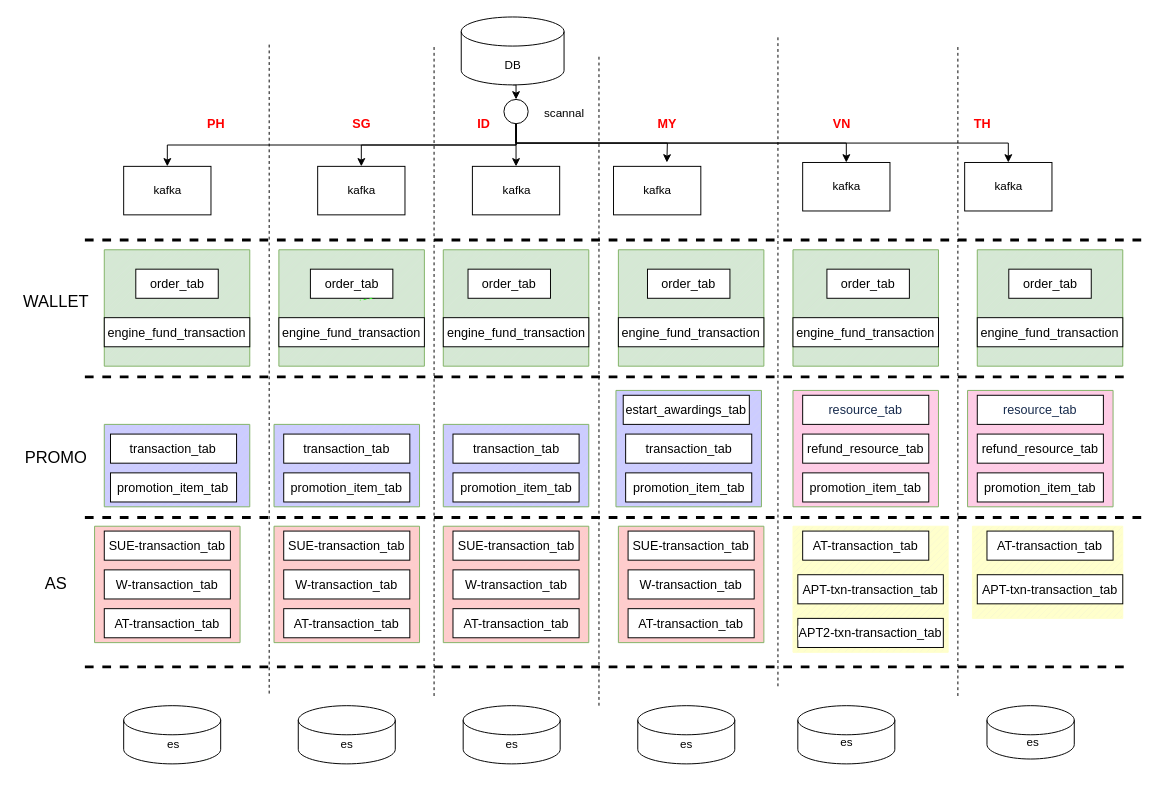
Before: Untitled Diagram.drawio in LadyTao/learn, a draw.io diagram. Source tidied: cells renumbered, new cells numbered last; positions are measured from the earlier drawing's top-left corner, leaving out a move shared by most shapes. Both pictures are drawn from the tidied source at 97%, with x=0, y=0 at pixel (16, 16).
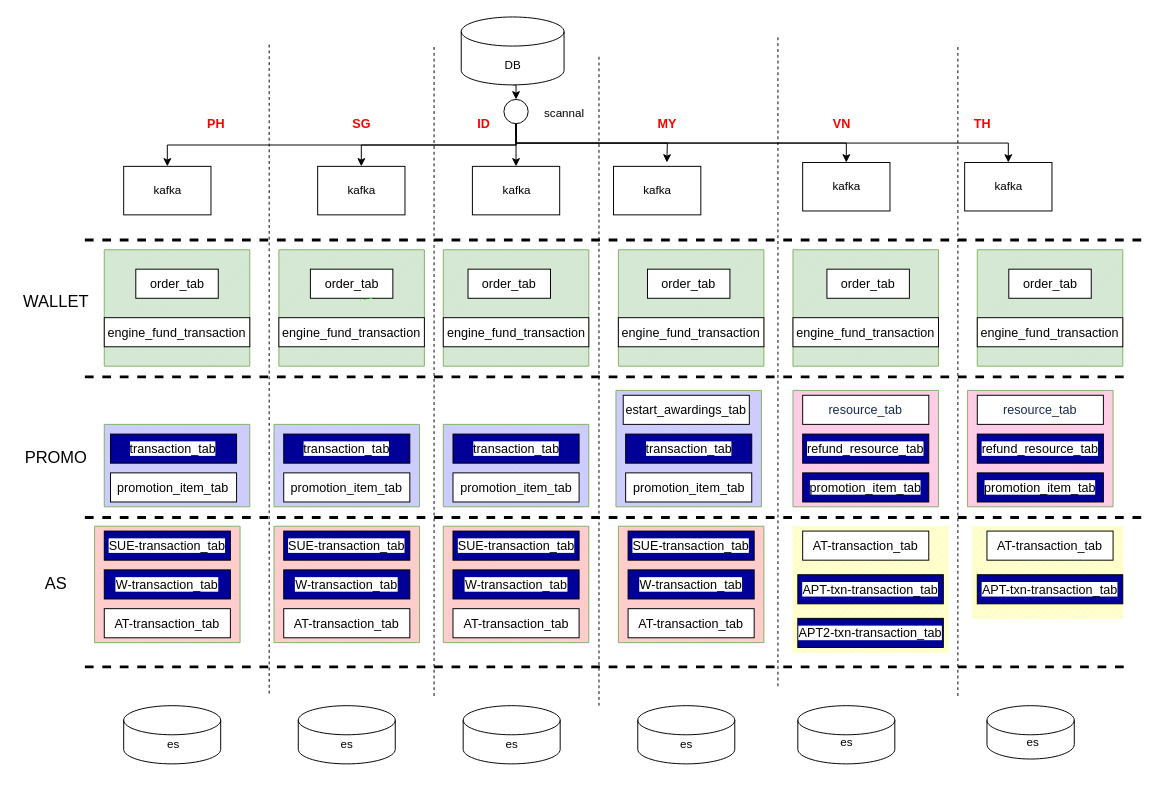
After the change.

Diff of the diagram source:
```diff
@@
-    <mxCell id="95" value="&lt;span style=&quot;font-family: Arial; font-size: 13px; text-align: left; background-color: rgb(255, 255, 255);&quot;&gt;refund_resource_tab&lt;/span&gt;" style="rounded=0;whiteSpace=wrap;html=1;fontFamily=Helvetica;fontSize=17;fontColor=#000000;" parent="1" vertex="1">
+    <mxCell id="95" value="&lt;span style=&quot;font-family: Arial; font-size: 13px; text-align: left; background-color: rgb(255, 255, 255);&quot;&gt;refund_resource_tab&lt;/span&gt;" style="rounded=0;whiteSpace=wrap;html=1;fontFamily=Helvetica;fontSize=17;fontColor=#000000;fillColor=#000099;" parent="1" vertex="1">
       <mxGeometry x="810" y="430" width="130" height="30" as="geometry" />
     </mxCell>
@@
-    <mxCell id="97" value="&lt;span style=&quot;font-family: Arial; font-size: 13px; text-align: left; background-color: rgb(255, 255, 255);&quot;&gt;refund_resource_tab&lt;/span&gt;" style="rounded=0;whiteSpace=wrap;html=1;fontFamily=Helvetica;fontSize=17;fontColor=#000000;" parent="1" vertex="1">
+    <mxCell id="97" value="&lt;span style=&quot;font-family: Arial; font-size: 13px; text-align: left; background-color: rgb(255, 255, 255);&quot;&gt;refund_resource_tab&lt;/span&gt;" style="rounded=0;whiteSpace=wrap;html=1;fontFamily=Helvetica;fontSize=17;fontColor=#000000;fillColor=#000099;" parent="1" vertex="1">
       <mxGeometry x="990" y="430" width="130" height="30" as="geometry" />
     </mxCell>
-    <mxCell id="98" value="&lt;span style=&quot;font-family: Arial; font-size: 13px; text-align: left; background-color: rgb(255, 255, 255);&quot;&gt;transaction_tab&lt;/span&gt;" style="rounded=0;whiteSpace=wrap;html=1;fontFamily=Helvetica;fontSize=17;fontColor=#000000;" parent="1" vertex="1">
+    <mxCell id="98" value="&lt;span style=&quot;font-family: Arial; font-size: 13px; text-align: left; background-color: rgb(255, 255, 255);&quot;&gt;transaction_tab&lt;/span&gt;" style="rounded=0;whiteSpace=wrap;html=1;fontFamily=Helvetica;fontSize=17;fontColor=#000000;fillColor=#000099;" parent="1" vertex="1">
       <mxGeometry x="96.4" y="430" width="130" height="30" as="geometry" />
     </mxCell>
-    <mxCell id="99" value="&lt;span style=&quot;font-family: Arial; font-size: 13px; text-align: left; background-color: rgb(255, 255, 255);&quot;&gt;transaction_tab&lt;/span&gt;" style="rounded=0;whiteSpace=wrap;html=1;fontFamily=Helvetica;fontSize=17;fontColor=#000000;" parent="1" vertex="1">
+    <mxCell id="99" value="&lt;span style=&quot;font-family: Arial; font-size: 13px; text-align: left; background-color: rgb(255, 255, 255);&quot;&gt;transaction_tab&lt;/span&gt;" style="rounded=0;whiteSpace=wrap;html=1;fontFamily=Helvetica;fontSize=17;fontColor=#000000;fillColor=#000099;" parent="1" vertex="1">
       <mxGeometry x="449.5" y="430" width="130" height="30" as="geometry" />
     </mxCell>
-    <mxCell id="100" value="&lt;span style=&quot;font-family: Arial; font-size: 13px; text-align: left; background-color: rgb(255, 255, 255);&quot;&gt;transaction_tab&lt;/span&gt;" style="rounded=0;whiteSpace=wrap;html=1;fontFamily=Helvetica;fontSize=17;fontColor=#000000;" parent="1" vertex="1">
+    <mxCell id="100" value="&lt;span style=&quot;font-family: Arial; font-size: 13px; text-align: left; background-color: rgb(255, 255, 255);&quot;&gt;transaction_tab&lt;/span&gt;" style="rounded=0;whiteSpace=wrap;html=1;fontFamily=Helvetica;fontSize=17;fontColor=#000000;fillColor=#000099;" parent="1" vertex="1">
       <mxGeometry x="275" y="430" width="130" height="30" as="geometry" />
     </mxCell>
-    <mxCell id="101" value="&lt;span style=&quot;font-family: Arial; font-size: 13px; text-align: left; background-color: rgb(255, 255, 255);&quot;&gt;transaction_tab&lt;/span&gt;" style="rounded=0;whiteSpace=wrap;html=1;fontFamily=Helvetica;fontSize=17;fontColor=#000000;" parent="1" vertex="1">
+    <mxCell id="101" value="&lt;span style=&quot;font-family: Arial; font-size: 13px; text-align: left; background-color: rgb(255, 255, 255);&quot;&gt;transaction_tab&lt;/span&gt;" style="rounded=0;whiteSpace=wrap;html=1;fontFamily=Helvetica;fontSize=17;fontColor=#000000;fillColor=#000099;" parent="1" vertex="1">
       <mxGeometry x="627.5" y="430" width="130" height="30" as="geometry" />
     </mxCell>
@@
-    <mxCell id="103" value="&lt;span style=&quot;font-family: Arial; font-size: 13px; text-align: left; background-color: rgb(255, 255, 255);&quot;&gt;promotion_item_tab&lt;/span&gt;" style="rounded=0;whiteSpace=wrap;html=1;fontFamily=Helvetica;fontSize=17;fontColor=#000000;" parent="1" vertex="1">
+    <mxCell id="103" value="&lt;span style=&quot;font-family: Arial; font-size: 13px; text-align: left; background-color: rgb(255, 255, 255);&quot;&gt;promotion_item_tab&lt;/span&gt;" style="rounded=0;whiteSpace=wrap;html=1;fontFamily=Helvetica;fontSize=17;fontColor=#000000;fillColor=#000099;" parent="1" vertex="1">
       <mxGeometry x="810" y="470" width="130" height="30" as="geometry" />
     </mxCell>
-    <mxCell id="104" value="&lt;span style=&quot;font-family: Arial; font-size: 13px; text-align: left; background-color: rgb(255, 255, 255);&quot;&gt;promotion_item_tab&lt;/span&gt;" style="rounded=0;whiteSpace=wrap;html=1;fontFamily=Helvetica;fontSize=17;fontColor=#000000;" parent="1" vertex="1">
+    <mxCell id="104" value="&lt;span style=&quot;font-family: Arial; font-size: 13px; text-align: left; background-color: rgb(255, 255, 255);&quot;&gt;promotion_item_tab&lt;/span&gt;" style="rounded=0;whiteSpace=wrap;html=1;fontFamily=Helvetica;fontSize=17;fontColor=#000000;fillColor=#000099;" parent="1" vertex="1">
       <mxGeometry x="990" y="470" width="130" height="30" as="geometry" />
     </mxCell>
@@
-    <mxCell id="108" value="&lt;span style=&quot;font-family: Arial; font-size: 13px; text-align: left; background-color: rgb(255, 255, 255);&quot;&gt;SUE-transaction_tab&lt;/span&gt;" style="rounded=0;whiteSpace=wrap;html=1;fontFamily=Helvetica;fontSize=17;fontColor=#000000;" parent="1" vertex="1">
+    <mxCell id="108" value="&lt;span style=&quot;font-family: Arial; font-size: 13px; text-align: left; background-color: rgb(255, 255, 255);&quot;&gt;SUE-transaction_tab&lt;/span&gt;" style="rounded=0;whiteSpace=wrap;html=1;fontFamily=Helvetica;fontSize=17;fontColor=#000000;fillColor=#000099;" parent="1" vertex="1">
       <mxGeometry x="90" y="530" width="130" height="30" as="geometry" />
     </mxCell>
-    <mxCell id="109" value="&lt;span style=&quot;font-family: Arial; font-size: 13px; text-align: left; background-color: rgb(255, 255, 255);&quot;&gt;SUE-transaction_tab&lt;/span&gt;" style="rounded=0;whiteSpace=wrap;html=1;fontFamily=Helvetica;fontSize=17;fontColor=#000000;" parent="1" vertex="1">
+    <mxCell id="109" value="&lt;span style=&quot;font-family: Arial; font-size: 13px; text-align: left; background-color: rgb(255, 255, 255);&quot;&gt;SUE-transaction_tab&lt;/span&gt;" style="rounded=0;whiteSpace=wrap;html=1;fontFamily=Helvetica;fontSize=17;fontColor=#000000;fillColor=#000099;" parent="1" vertex="1">
       <mxGeometry x="275" y="530" width="130" height="30" as="geometry" />
     </mxCell>
-    <mxCell id="110" value="&lt;span style=&quot;font-family: Arial; font-size: 13px; text-align: left; background-color: rgb(255, 255, 255);&quot;&gt;SUE-transaction_tab&lt;/span&gt;" style="rounded=0;whiteSpace=wrap;html=1;fontFamily=Helvetica;fontSize=17;fontColor=#000000;" parent="1" vertex="1">
+    <mxCell id="110" value="&lt;span style=&quot;font-family: Arial; font-size: 13px; text-align: left; background-color: rgb(255, 255, 255);&quot;&gt;SUE-transaction_tab&lt;/span&gt;" style="rounded=0;whiteSpace=wrap;html=1;fontFamily=Helvetica;fontSize=17;fontColor=#000000;fillColor=#000099;" parent="1" vertex="1">
       <mxGeometry x="449.5" y="530" width="130" height="30" as="geometry" />
     </mxCell>
-    <mxCell id="111" value="&lt;span style=&quot;font-family: Arial; font-size: 13px; text-align: left; background-color: rgb(255, 255, 255);&quot;&gt;SUE-transaction_tab&lt;/span&gt;" style="rounded=0;whiteSpace=wrap;html=1;fontFamily=Helvetica;fontSize=17;fontColor=#000000;" parent="1" vertex="1">
+    <mxCell id="111" value="&lt;span style=&quot;font-family: Arial; font-size: 13px; text-align: left; background-color: rgb(255, 255, 255);&quot;&gt;SUE-transaction_tab&lt;/span&gt;" style="rounded=0;whiteSpace=wrap;html=1;fontFamily=Helvetica;fontSize=17;fontColor=#000000;fillColor=#000099;" parent="1" vertex="1">
       <mxGeometry x="630" y="530" width="130" height="30" as="geometry" />
     </mxCell>
-    <mxCell id="112" value="&lt;span style=&quot;font-family: Arial; font-size: 13px; text-align: left; background-color: rgb(255, 255, 255);&quot;&gt;W-transaction_tab&lt;/span&gt;" style="rounded=0;whiteSpace=wrap;html=1;fontFamily=Helvetica;fontSize=17;fontColor=#000000;" parent="1" vertex="1">
+    <mxCell id="112" value="&lt;span style=&quot;font-family: Arial; font-size: 13px; text-align: left; background-color: rgb(255, 255, 255);&quot;&gt;W-transaction_tab&lt;/span&gt;" style="rounded=0;whiteSpace=wrap;html=1;fontFamily=Helvetica;fontSize=17;fontColor=#000000;fillColor=#000099;" parent="1" vertex="1">
       <mxGeometry x="90" y="570" width="130" height="30" as="geometry" />
     </mxCell>
-    <mxCell id="113" value="&lt;span style=&quot;font-family: Arial; font-size: 13px; text-align: left; background-color: rgb(255, 255, 255);&quot;&gt;W-transaction_tab&lt;/span&gt;" style="rounded=0;whiteSpace=wrap;html=1;fontFamily=Helvetica;fontSize=17;fontColor=#000000;" parent="1" vertex="1">
+    <mxCell id="113" value="&lt;span style=&quot;font-family: Arial; font-size: 13px; text-align: left; background-color: rgb(255, 255, 255);&quot;&gt;W-transaction_tab&lt;/span&gt;" style="rounded=0;whiteSpace=wrap;html=1;fontFamily=Helvetica;fontSize=17;fontColor=#000000;gradientColor=none;fillColor=#000099;" parent="1" vertex="1">
       <mxGeometry x="275" y="570" width="130" height="30" as="geometry" />
     </mxCell>
-    <mxCell id="114" value="&lt;span style=&quot;font-family: Arial; font-size: 13px; text-align: left; background-color: rgb(255, 255, 255);&quot;&gt;W-transaction_tab&lt;/span&gt;" style="rounded=0;whiteSpace=wrap;html=1;fontFamily=Helvetica;fontSize=17;fontColor=#000000;" parent="1" vertex="1">
+    <mxCell id="114" value="&lt;span style=&quot;font-family: Arial; font-size: 13px; text-align: left; background-color: rgb(255, 255, 255);&quot;&gt;W-transaction_tab&lt;/span&gt;" style="rounded=0;whiteSpace=wrap;html=1;fontFamily=Helvetica;fontSize=17;fontColor=#000000;fillColor=#000099;" parent="1" vertex="1">
       <mxGeometry x="449.5" y="570" width="130" height="30" as="geometry" />
     </mxCell>
-    <mxCell id="115" value="&lt;span style=&quot;font-family: Arial; font-size: 13px; text-align: left; background-color: rgb(255, 255, 255);&quot;&gt;W-transaction_tab&lt;/span&gt;" style="rounded=0;whiteSpace=wrap;html=1;fontFamily=Helvetica;fontSize=17;fontColor=#000000;" parent="1" vertex="1">
+    <mxCell id="115" value="&lt;span style=&quot;font-family: Arial; font-size: 13px; text-align: left; background-color: rgb(255, 255, 255);&quot;&gt;W-transaction_tab&lt;/span&gt;" style="rounded=0;whiteSpace=wrap;html=1;fontFamily=Helvetica;fontSize=17;fontColor=#000000;fillColor=#000099;" parent="1" vertex="1">
       <mxGeometry x="630" y="570" width="130" height="30" as="geometry" />
     </mxCell>
@@
-    <mxCell id="122" value="&lt;span style=&quot;font-family: Arial; font-size: 13px; text-align: left; background-color: rgb(255, 255, 255);&quot;&gt;APT-txn-transaction_tab&lt;/span&gt;" style="rounded=0;whiteSpace=wrap;html=1;fontFamily=Helvetica;fontSize=17;fontColor=#000000;" parent="1" vertex="1">
+    <mxCell id="122" value="&lt;span style=&quot;font-family: Arial; font-size: 13px; text-align: left; background-color: rgb(255, 255, 255);&quot;&gt;APT-txn-transaction_tab&lt;/span&gt;" style="rounded=0;whiteSpace=wrap;html=1;fontFamily=Helvetica;fontSize=17;fontColor=#000000;fillColor=#000099;" parent="1" vertex="1">
       <mxGeometry x="805" y="575" width="150" height="30" as="geometry" />
     </mxCell>
-    <mxCell id="123" value="&lt;span style=&quot;font-family: Arial; font-size: 13px; text-align: left; background-color: rgb(255, 255, 255);&quot;&gt;APT-txn-transaction_tab&lt;/span&gt;" style="rounded=0;whiteSpace=wrap;html=1;fontFamily=Helvetica;fontSize=17;fontColor=#000000;" parent="1" vertex="1">
+    <mxCell id="123" value="&lt;span style=&quot;font-family: Arial; font-size: 13px; text-align: left; background-color: rgb(255, 255, 255);&quot;&gt;APT-txn-transaction_tab&lt;/span&gt;" style="rounded=0;whiteSpace=wrap;html=1;fontFamily=Helvetica;fontSize=17;fontColor=#000000;fillColor=#000099;" parent="1" vertex="1">
       <mxGeometry x="990" y="575" width="150" height="30" as="geometry" />
     </mxCell>
-    <mxCell id="124" value="&lt;span style=&quot;font-family: Arial; font-size: 13px; text-align: left; background-color: rgb(255, 255, 255);&quot;&gt;APT2-txn-transaction_tab&lt;/span&gt;" style="rounded=0;whiteSpace=wrap;html=1;fontFamily=Helvetica;fontSize=17;fontColor=#000000;" parent="1" vertex="1">
+    <mxCell id="124" value="&lt;span style=&quot;font-family: Arial; font-size: 13px; text-align: left; background-color: rgb(255, 255, 255);&quot;&gt;APT2-txn-transaction_tab&lt;/span&gt;" style="rounded=0;whiteSpace=wrap;html=1;fontFamily=Helvetica;fontSize=17;fontColor=#000000;fillColor=#000099;" parent="1" vertex="1">
       <mxGeometry x="805" y="620" width="150" height="30" as="geometry" />
     </mxCell>
```
